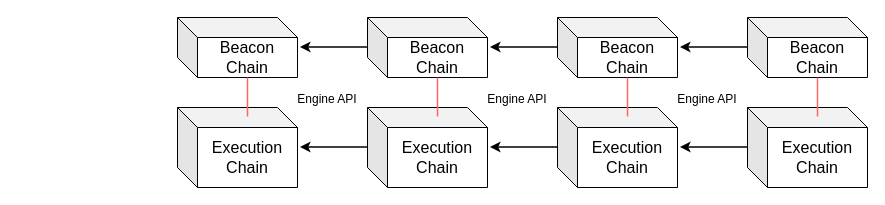
This is ethereum-research/pos-beaconchain/(article)Beacon Chain & Execution Chain.drawio from 0xyicheng/a-research-diagram, a draw.io file, before an edit. Source tidied: cells renumbered, new cells numbered last; positions are measured from the earlier drawing's top-left corner, leaving out a move shared by most shapes. Both pictures are drawn from the tidied source at 100%, with x=0, y=0 at pixel (177, 17).
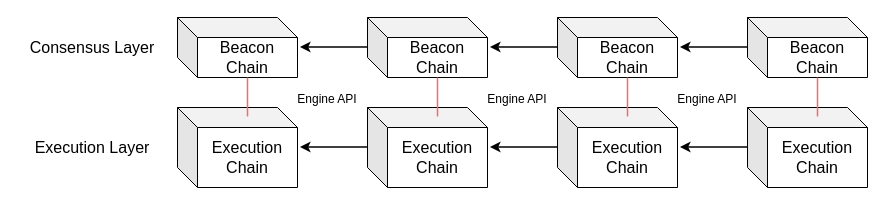
The same diagram, later.

The edit, as a diff of the source:
```diff
@@
+    <mxCell id="23" value="&lt;font style=&quot;font-size: 16px;&quot;&gt;Consensus Layer&lt;/font&gt;" style="text;html=1;strokeColor=none;fillColor=none;align=center;verticalAlign=middle;whiteSpace=wrap;rounded=0;fontSize=12;" parent="1" vertex="1">
+      <mxGeometry x="-160" y="15" width="150" height="30" as="geometry" />
+    </mxCell>
+    <mxCell id="24" value="&lt;font style=&quot;font-size: 16px;&quot;&gt;Execution Layer&lt;/font&gt;" style="text;html=1;strokeColor=none;fillColor=none;align=center;verticalAlign=middle;whiteSpace=wrap;rounded=0;fontSize=12;" parent="1" vertex="1">
+      <mxGeometry x="-160" y="115" width="150" height="30" as="geometry" />
+    </mxCell>
```
